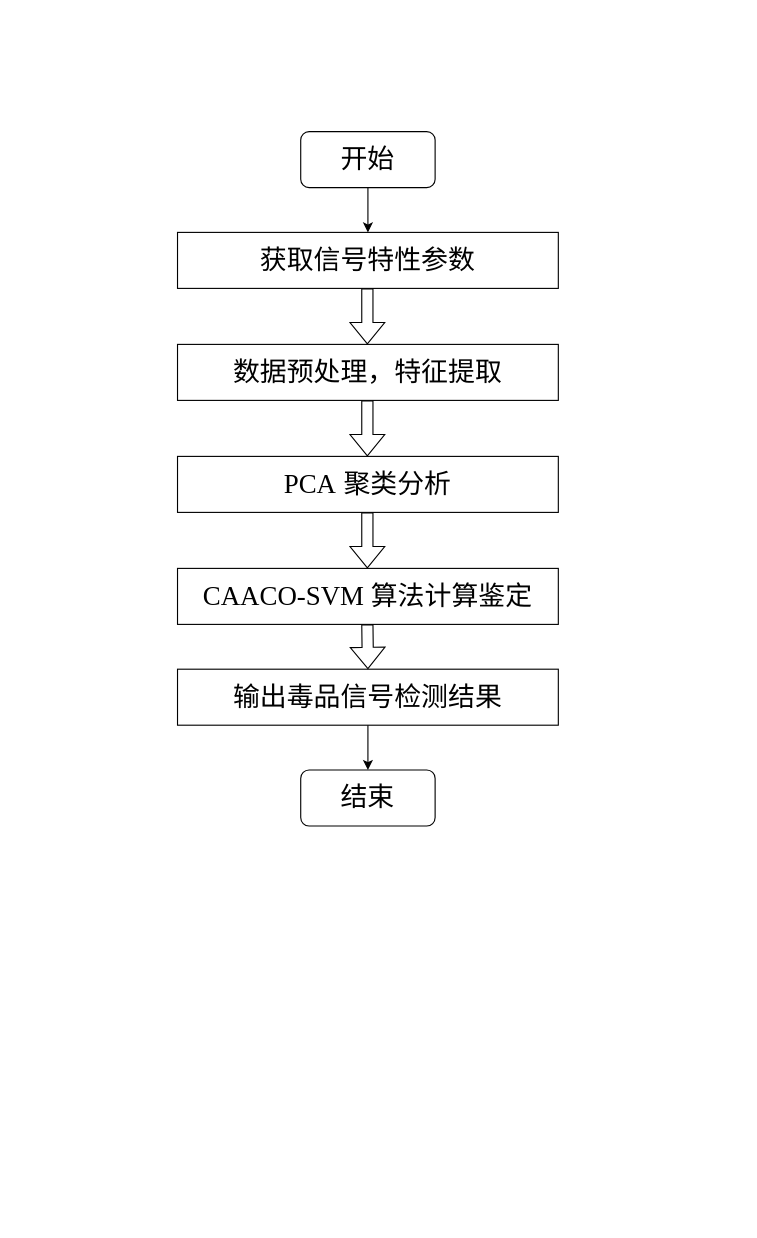
Before: 算法流程2.drawio in AAYESLY/bishe-github, a draw.io diagram. Source tidied: cells renumbered, new cells numbered last; positions are measured from the earlier drawing's top-left corner, leaving out a move shared by most shapes. Both pictures are drawn from the tidied source at 112%, with x=0, y=0 at pixel (177, 131).
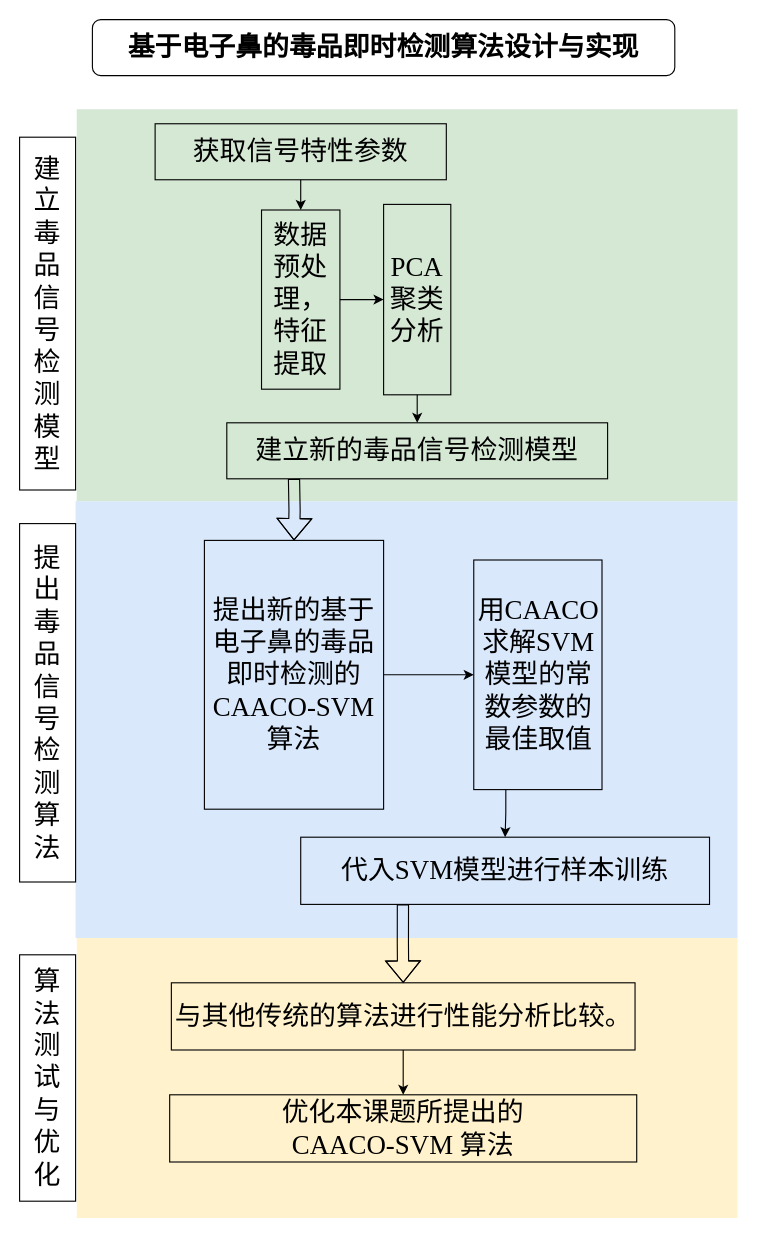
Above is the later version.

Commit message:
更新算法流程2.drawio

The edit, as a diff of the source:
```diff
@@
+    <mxCell id="15" style="rounded=0;whiteSpace=wrap;html=1;fontFamily=Times New Roman;fillColor=#fff2cc;strokeColor=none;" parent="1" vertex="1">
+      <mxGeometry x="-90" y="720" width="590" height="250" as="geometry" />
+    </mxCell>
+    <mxCell id="16" style="rounded=0;whiteSpace=wrap;html=1;fontFamily=Times New Roman;fillColor=#dae8fc;strokeColor=none;" parent="1" vertex="1">
+      <mxGeometry x="-91" y="330" width="591" height="390" as="geometry" />
+    </mxCell>
+    <mxCell id="17" style="rounded=0;whiteSpace=wrap;html=1;fontFamily=Times New Roman;fillColor=#d5e8d4;strokeColor=none;" parent="1" vertex="1">
+      <mxGeometry x="-90" y="-20" width="590" height="350" as="geometry" />
+    </mxCell>
+    <mxCell id="18" style="edgeStyle=orthogonalEdgeStyle;rounded=0;jettySize=auto;html=1;" parent="1" edge="1" source="2" target="3">
+      <mxGeometry relative="1" as="geometry" />
+    </mxCell>
     <mxCell id="2" value="&lt;font face=&quot;宋体&quot;&gt;获取信号特性参数&lt;/font&gt;" style="rounded=0;whiteSpace=wrap;html=1;fontSize=24;fillColor=none;" parent="1" vertex="1">
-      <mxGeometry y="90" width="340" height="50" as="geometry" />
+      <mxGeometry x="-20" y="-7" width="260" height="50" as="geometry" />
     </mxCell>
+    <mxCell id="19" style="edgeStyle=orthogonalEdgeStyle;rounded=0;jettySize=auto;html=1;" parent="1" edge="1" source="3" target="13">
+      <mxGeometry relative="1" as="geometry" />
+    </mxCell>
     <mxCell id="3" value="&lt;font face=&quot;宋体&quot;&gt;数据预处理，特征提取&lt;/font&gt;" style="rounded=0;whiteSpace=wrap;html=1;fontSize=24;fillColor=none;" parent="1" vertex="1">
-      <mxGeometry y="190" width="340" height="50" as="geometry" />
+      <mxGeometry x="75" y="70" width="70" height="160" as="geometry" />
     </mxCell>
+    <mxCell id="20" style="edgeStyle=orthogonalEdgeStyle;rounded=0;jettySize=auto;html=1;fontFamily=Times New Roman;exitX=0.25;exitY=1;exitDx=0;exitDy=0;" parent="1" edge="1" source="4" target="30">
+      <mxGeometry relative="1" as="geometry" />
+    </mxCell>
-    <mxCell id="4" value="&lt;span style=&quot;font-family: &amp;quot;Times New Roman&amp;quot;, serif;&quot; lang=&quot;EN-US&quot;&gt;&lt;font style=&quot;font-size: 24px;&quot;&gt;CAACO-SVM&amp;nbsp;&lt;/font&gt;&lt;/span&gt;&lt;font face=&quot;宋体&quot;&gt;算法计算鉴定&lt;/font&gt;" style="rounded=0;whiteSpace=wrap;html=1;fontSize=24;fillColor=none;" parent="1" vertex="1">
-      <mxGeometry y="390" width="340" height="50" as="geometry" />
+    <mxCell id="4" value="&lt;span style=&quot;font-family: &amp;quot;Times New Roman&amp;quot;, serif;&quot; lang=&quot;EN-US&quot;&gt;&lt;font style=&quot;font-size: 24px;&quot;&gt;用CAACO求解SVM模型的常数参数的最佳取值&lt;/font&gt;&lt;/span&gt;" style="rounded=0;whiteSpace=wrap;html=1;fontSize=24;fillColor=none;" parent="1" vertex="1">
+      <mxGeometry x="264.5" y="382.5" width="114.5" height="205" as="geometry" />
     </mxCell>
-    <mxCell id="5" value="&lt;font face=&quot;宋体&quot;&gt;输出毒品信号检测结果&lt;/font&gt;" style="rounded=0;whiteSpace=wrap;html=1;fontSize=24;fillColor=none;" parent="1" vertex="1">
-      <mxGeometry y="480" width="340" height="50" as="geometry" />
-    </mxCell>
-    <mxCell id="6" style="shape=flexArrow;endArrow=classic;html=1;rounded=0;fontSize=24;exitX=0.5;exitY=1;exitDx=0;exitDy=0;" parent="1" edge="1">
-      <mxGeometry relative="1" as="geometry">
-        <mxPoint x="169.5" y="140" as="sourcePoint" />
-        <mxPoint x="169.5" y="190" as="targetPoint" />
-      </mxGeometry>
-    </mxCell>
-    <mxCell id="7" style="shape=flexArrow;endArrow=classic;html=1;rounded=0;fontSize=24;exitX=0.5;exitY=1;exitDx=0;exitDy=0;" parent="1" edge="1">
-      <mxGeometry relative="1" as="geometry">
-        <mxPoint x="169.5" y="240" as="sourcePoint" />
-        <mxPoint x="169.5" y="290" as="targetPoint" />
-      </mxGeometry>
-    </mxCell>
-    <mxCell id="8" style="shape=flexArrow;endArrow=classic;html=1;rounded=0;fontSize=24;exitX=0.5;exitY=1;exitDx=0;exitDy=0;" parent="1" edge="1">
-      <mxGeometry relative="1" as="geometry">
-        <mxPoint x="169.5" y="440" as="sourcePoint" />
-        <mxPoint x="170" y="480" as="targetPoint" />
-      </mxGeometry>
-    </mxCell>
-    <mxCell id="9" value="&lt;font face=&quot;宋体&quot; style=&quot;font-size: 24px;&quot;&gt;开始&lt;/font&gt;" style="rounded=1;whiteSpace=wrap;html=1;fillColor=none;" parent="1" vertex="1">
-      <mxGeometry x="110" width="120" height="50" as="geometry" />
+    <mxCell id="9" value="&lt;font face=&quot;宋体&quot; style=&quot;font-size: 24px;&quot;&gt;&lt;b&gt;基于电子鼻的毒品即时检测算法设计与实现&lt;/b&gt;&lt;/font&gt;" style="rounded=1;whiteSpace=wrap;html=1;fillColor=none;" parent="1" vertex="1">
+      <mxGeometry x="-76" y="-100" width="520" height="50" as="geometry" />
     </mxCell>
-    <mxCell id="10" style="endArrow=classic;html=1;rounded=0;fontSize=24;exitX=0.5;exitY=1;exitDx=0;exitDy=0;entryX=0.5;entryY=0;entryDx=0;entryDy=0;" parent="1" edge="1" source="9" target="2">
-      <mxGeometry relative="1" as="geometry" />
-    </mxCell>
-    <mxCell id="11" value="&lt;font face=&quot;宋体&quot; style=&quot;font-size: 24px;&quot;&gt;结束&lt;/font&gt;" style="rounded=1;whiteSpace=wrap;html=1;fillColor=none;" parent="1" vertex="1">
-      <mxGeometry x="110" y="570" width="120" height="50" as="geometry" />
-    </mxCell>
-    <mxCell id="12" style="endArrow=classic;html=1;rounded=0;fontSize=24;exitX=0.5;exitY=1;exitDx=0;exitDy=0;entryX=0.5;entryY=0;entryDx=0;entryDy=0;" parent="1" edge="1" source="5" target="11">
-      <mxGeometry relative="1" as="geometry" />
-    </mxCell>
+    <mxCell id="21" style="edgeStyle=orthogonalEdgeStyle;rounded=0;jettySize=auto;html=1;" parent="1" edge="1" source="13" target="23">
+      <mxGeometry relative="1" as="geometry" />
+    </mxCell>
     <mxCell id="13" value="&lt;font face=&quot;Times New Roman&quot;&gt;PCA&lt;/font&gt;&lt;font face=&quot;宋体&quot;&gt; 聚类分析&lt;/font&gt;" style="rounded=0;whiteSpace=wrap;html=1;fontSize=24;fillColor=none;" parent="1" vertex="1">
-      <mxGeometry y="290" width="340" height="50" as="geometry" />
+      <mxGeometry x="184" y="65" width="60" height="170" as="geometry" />
     </mxCell>
-    <mxCell id="14" style="shape=flexArrow;endArrow=classic;html=1;rounded=0;fontSize=24;exitX=0.5;exitY=1;exitDx=0;exitDy=0;" parent="1" edge="1">
-      <mxGeometry relative="1" as="geometry">
-        <mxPoint x="169.5" y="340" as="sourcePoint" />
-        <mxPoint x="169.5" y="390" as="targetPoint" />
-      </mxGeometry>
-    </mxCell>
+    <mxCell id="22" style="edgeStyle=orthogonalEdgeStyle;shape=flexArrow;rounded=0;jettySize=auto;html=1;fontFamily=Times New Roman;fontSize=24;" parent="1" edge="1" target="25">
+      <mxGeometry relative="1" as="geometry">
+        <mxPoint x="104" y="310" as="sourcePoint" />
+      </mxGeometry>
+    </mxCell>
+    <mxCell id="23" value="&lt;span&gt;&lt;font face=&quot;宋体&quot;&gt;建立新的毒品信号检测模型&lt;/font&gt;&lt;/span&gt;" style="whiteSpace=wrap;html=1;fontSize=24;fillColor=none;rounded=0;" parent="1" vertex="1">
+      <mxGeometry x="44" y="260" width="340" height="50" as="geometry" />
+    </mxCell>
+    <mxCell id="24" style="edgeStyle=orthogonalEdgeStyle;rounded=0;jettySize=auto;html=1;" parent="1" edge="1" source="25" target="4">
+      <mxGeometry relative="1" as="geometry" />
+    </mxCell>
+    <mxCell id="25" value="&lt;font face=&quot;宋体&quot;&gt;提出新的基于电子鼻的&lt;span&gt;毒品即时检测的&lt;/span&gt;&lt;/font&gt;&lt;span style=&quot;font-family: &amp;quot;Times New Roman&amp;quot;, serif;&quot;&gt;CAACO-SVM&lt;/span&gt;&lt;font face=&quot;宋体&quot;&gt;&lt;span&gt;算法&lt;/span&gt;&lt;/font&gt;" style="whiteSpace=wrap;html=1;fontSize=24;fillColor=none;rounded=0;" parent="1" vertex="1">
+      <mxGeometry x="24" y="365" width="160" height="240" as="geometry" />
+    </mxCell>
+    <mxCell id="26" style="edgeStyle=orthogonalEdgeStyle;rounded=0;jettySize=auto;html=1;" parent="1" edge="1" source="27" target="28">
+      <mxGeometry relative="1" as="geometry" />
+    </mxCell>
+    <mxCell id="27" value="&lt;font face=&quot;宋体&quot;&gt;&lt;span&gt;与其他传统的&lt;/span&gt;&lt;span&gt;算法进行&lt;/span&gt;&lt;span&gt;性能分析比较。&lt;/span&gt;&lt;/font&gt;" style="whiteSpace=wrap;html=1;fontSize=24;fillColor=none;rounded=0;" parent="1" vertex="1">
+      <mxGeometry x="-5.5" y="760" width="414" height="60" as="geometry" />
+    </mxCell>
+    <mxCell id="28" value="&lt;font face=&quot;宋体&quot;&gt;优化本课题所提出的&lt;br&gt;&lt;/font&gt;&lt;span style=&quot;&quot; lang=&quot;EN-US&quot;&gt;&lt;font face=&quot;Times New Roman&quot;&gt;CAACO-SVM&amp;nbsp;&lt;/font&gt;&lt;/span&gt;&lt;span style=&quot;font-family: 宋体;&quot;&gt;算法&lt;/span&gt;" style="whiteSpace=wrap;html=1;fontSize=24;fillColor=none;rounded=0;" parent="1" vertex="1">
+      <mxGeometry x="-7" y="860" width="417" height="60" as="geometry" />
+    </mxCell>
+    <mxCell id="29" style="edgeStyle=orthogonalEdgeStyle;rounded=0;jettySize=auto;html=1;exitX=0.25;exitY=1;exitDx=0;exitDy=0;entryX=0.5;entryY=0;entryDx=0;entryDy=0;fontFamily=Times New Roman;shape=flexArrow;" parent="1" edge="1" source="30" target="27">
+      <mxGeometry relative="1" as="geometry" />
+    </mxCell>
+    <mxCell id="30" value="&lt;span style=&quot;font-family: &amp;quot;Times New Roman&amp;quot;, serif;&quot; lang=&quot;EN-US&quot;&gt;代入SVM模型进行样本训练&lt;/span&gt;" style="whiteSpace=wrap;html=1;fontSize=24;fillColor=none;rounded=0;" parent="1" vertex="1">
+      <mxGeometry x="110" y="630" width="365" height="60" as="geometry" />
+    </mxCell>
+    <mxCell id="31" value="&lt;font style=&quot;&quot;&gt;&lt;span style=&quot;font-size: 24px;&quot;&gt;建&lt;/span&gt;&lt;br&gt;&lt;span style=&quot;font-size: 24px;&quot;&gt;立&lt;/span&gt;&lt;br&gt;&lt;div style=&quot;text-align: center;&quot;&gt;&lt;span style=&quot;text-align: start; background-color: initial; font-size: 24px;&quot;&gt;毒&lt;/span&gt;&lt;/div&gt;&lt;div style=&quot;text-align: center;&quot;&gt;&lt;span style=&quot;text-align: start; background-color: initial; font-size: 24px;&quot;&gt;品&lt;/span&gt;&lt;/div&gt;&lt;div style=&quot;text-align: center;&quot;&gt;&lt;span style=&quot;text-align: start; background-color: initial; font-size: 24px;&quot;&gt;信&lt;/span&gt;&lt;/div&gt;&lt;div style=&quot;text-align: center;&quot;&gt;&lt;span style=&quot;text-align: start; background-color: initial; font-size: 24px;&quot;&gt;号&lt;/span&gt;&lt;/div&gt;&lt;div style=&quot;text-align: center;&quot;&gt;&lt;span style=&quot;text-align: start; background-color: initial; font-size: 24px;&quot;&gt;检&lt;/span&gt;&lt;/div&gt;&lt;div style=&quot;text-align: center;&quot;&gt;&lt;span style=&quot;text-align: start; background-color: initial; font-size: 24px;&quot;&gt;测&lt;/span&gt;&lt;/div&gt;&lt;span style=&quot;font-size: 24px;&quot;&gt;模&lt;/span&gt;&lt;br&gt;&lt;span style=&quot;font-size: 24px;&quot;&gt;型&lt;/span&gt;&lt;/font&gt;" style="rounded=0;whiteSpace=wrap;html=1;fontFamily=Times New Roman;" parent="1" vertex="1">
+      <mxGeometry x="-141" y="5" width="50" height="315" as="geometry" />
+    </mxCell>
+    <mxCell id="32" value="&lt;font style=&quot;font-size: 24px;&quot;&gt;提&lt;br&gt;出&lt;br&gt;毒&lt;br&gt;品&lt;br&gt;信&lt;br&gt;号&lt;br&gt;检&lt;br&gt;测&lt;br&gt;算&lt;br&gt;法&lt;br&gt;&lt;/font&gt;" style="rounded=0;whiteSpace=wrap;html=1;fontFamily=Times New Roman;" parent="1" vertex="1">
+      <mxGeometry x="-141" y="350" width="50" height="320" as="geometry" />
+    </mxCell>
+    <mxCell id="33" value="&lt;font style=&quot;font-size: 24px;&quot;&gt;算&lt;br&gt;法&lt;br&gt;测&lt;br&gt;试&lt;br&gt;与&lt;br&gt;优&lt;br&gt;化&lt;br&gt;&lt;/font&gt;" style="rounded=0;whiteSpace=wrap;html=1;fontFamily=Times New Roman;" parent="1" vertex="1">
+      <mxGeometry x="-141" y="735" width="50" height="220" as="geometry" />
+    </mxCell>
```
